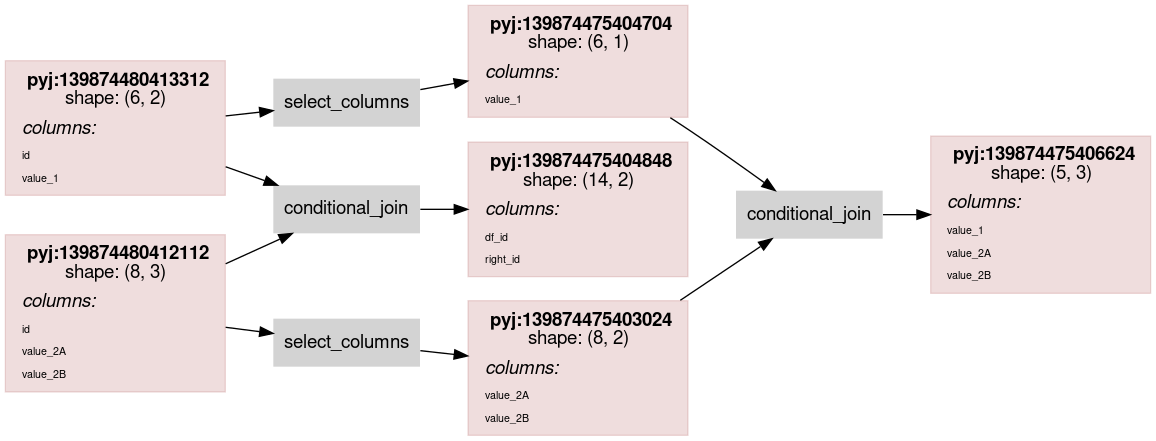
This is scripts/rdflog/conditional_join.ttl.dot.png from asmirnov69/pyjviz-poc, a Graphviz export, as it was before one commit. Its source is kept beside it as scripts/rdflog/conditional_join.ttl.dot.
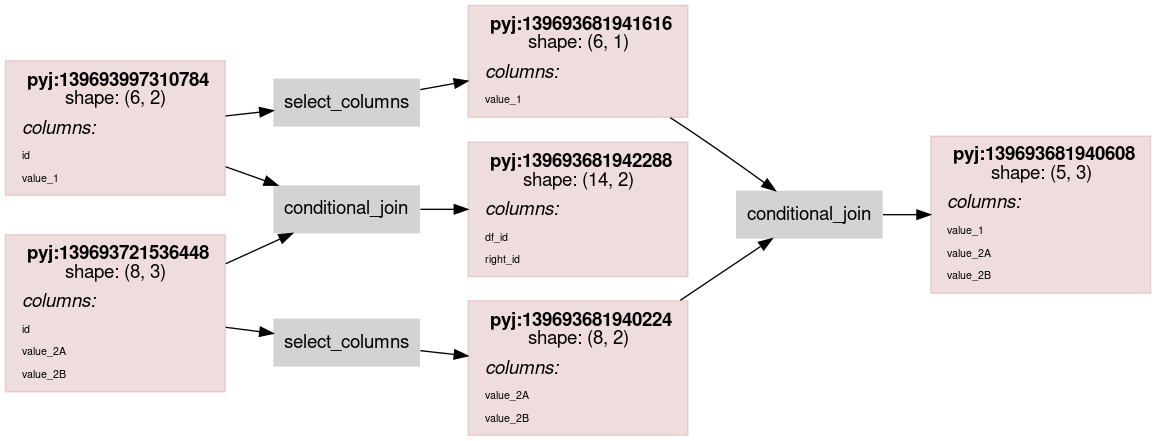
After the commit.

The edit, as a diff of the source:
```diff
@@ -14,7 +14,7 @@
                 color="#88000022"
                 shape = rect
                 label = <<table border="0" cellborder="0" cellspacing="0" cellpadding="4">
-                         <tr> <td> <b>pyj:139874480413312</b><br/>shape: (6, 2)</td> </tr>
+                         <tr> <td> <b>pyj:139693997310784</b><br/>shape: (6, 2)</td> </tr>
                          <tr> <td align="left"><i>columns:</i><br align="left"/></td></tr>
                 <tr><td align="left"><FONT POINT-SIZE="8px">id</FONT></td></tr>
 <tr><td align="left"><FONT POINT-SIZE="8px">value_1</FONT></td></tr>
@@ -24,7 +24,7 @@
                 color="#88000022"
                 shape = rect
                 label = <<table border="0" cellborder="0" cellspacing="0" cellpadding="4">
-                         <tr> <td> <b>pyj:139874475404848</b><br/>shape: (14, 2)</td> </tr>
+                         <tr> <td> <b>pyj:139693681942288</b><br/>shape: (14, 2)</td> </tr>
                          <tr> <td align="left"><i>columns:</i><br align="left"/></td></tr>
                 <tr><td align="left"><FONT POINT-SIZE="8px">df_id</FONT></td></tr>
 <tr><td align="left"><FONT POINT-SIZE="8px">right_id</FONT></td></tr>
@@ -34,7 +34,7 @@
                 color="#88000022"
                 shape = rect
                 label = <<table border="0" cellborder="0" cellspacing="0" cellpadding="4">
-                         <tr> <td> <b>pyj:139874480412112</b><br/>shape: (8, 3)</td> </tr>
+                         <tr> <td> <b>pyj:139693721536448</b><br/>shape: (8, 3)</td> </tr>
                          <tr> <td align="left"><i>columns:</i><br align="left"/></td></tr>
                 <tr><td align="left"><FONT POINT-SIZE="8px">id</FONT></td></tr>
 <tr><td align="left"><FONT POINT-SIZE="8px">value_2A</FONT></td></tr>
@@ -45,7 +45,7 @@
                 color="#88000022"
                 shape = rect
                 label = <<table border="0" cellborder="0" cellspacing="0" cellpadding="4">
-                         <tr> <td> <b>pyj:139874475404704</b><br/>shape: (6, 1)</td> </tr>
+                         <tr> <td> <b>pyj:139693681941616</b><br/>shape: (6, 1)</td> </tr>
                          <tr> <td align="left"><i>columns:</i><br align="left"/></td></tr>
                 <tr><td align="left"><FONT POINT-SIZE="8px">value_1</FONT></td></tr>
                          </table>>
@@ -54,7 +54,7 @@
                 color="#88000022"
                 shape = rect
                 label = <<table border="0" cellborder="0" cellspacing="0" cellpadding="4">
-                         <tr> <td> <b>pyj:139874475403024</b><br/>shape: (8, 2)</td> </tr>
+                         <tr> <td> <b>pyj:139693681940224</b><br/>shape: (8, 2)</td> </tr>
                          <tr> <td align="left"><i>columns:</i><br align="left"/></td></tr>
                 <tr><td align="left"><FONT POINT-SIZE="8px">value_2A</FONT></td></tr>
 <tr><td align="left"><FONT POINT-SIZE="8px">value_2B</FONT></td></tr>
@@ -64,7 +64,7 @@
                 color="#88000022"
                 shape = rect
                 label = <<table border="0" cellborder="0" cellspacing="0" cellpadding="4">
-                         <tr> <td> <b>pyj:139874475406624</b><br/>shape: (5, 3)</td> </tr>
+                         <tr> <td> <b>pyj:139693681940608</b><br/>shape: (5, 3)</td> </tr>
                          <tr> <td align="left"><i>columns:</i><br align="left"/></td></tr>
                 <tr><td align="left"><FONT POINT-SIZE="8px">value_1</FONT></td></tr>
 <tr><td align="left"><FONT POINT-SIZE="8px">value_2A</FONT></td></tr>
```
